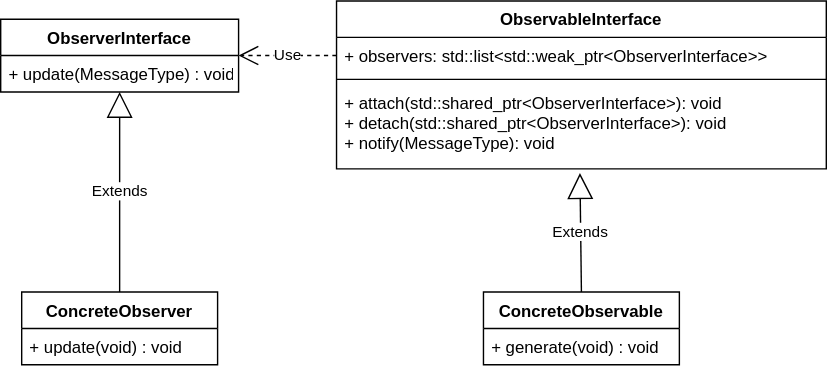
This is image/05_Entwurfsmuster/ObserverPattern2.drawio.svg from TUBAF-IfI-LiaScript/VL_SoftwareprojektRobotik, a draw.io export, as it was before one commit. Source tidied: cells renumbered, new cells last; positions are measured from the earlier drawing's top-left corner, leaving out a move shared by most shapes. The source it was exported from:
```xml
<mxGraphModel>
  <root>
    <mxCell id="0" />
    <mxCell id="1" parent="0" />
    <mxCell id="2" value="ObservableInterface" style="swimlane;fontStyle=1;align=center;verticalAlign=top;horizontal=1;startSize=26;" parent="1" vertex="1">
      <mxGeometry x="240" width="350" height="120" as="geometry" />
    </mxCell>
    <mxCell id="3" value="+ observers: std::list&lt;std::weak_ptr&lt;ObserverInterface&gt;&gt;" style="text;strokeColor=none;fillColor=none;align=left;verticalAlign=top;spacingLeft=4;spacingRight=4;overflow=hidden;points=[[0,0.5],[1,0.5]];portConstraint=eastwest;" parent="2" vertex="1">
      <mxGeometry y="26" width="350" height="26" as="geometry" />
    </mxCell>
    <mxCell id="4" style="line;strokeWidth=1;fillColor=none;align=left;verticalAlign=middle;spacingTop=-1;spacingLeft=3;spacingRight=3;labelPosition=right;strokeColor=inherit;" parent="2" vertex="1">
      <mxGeometry y="52" width="350" height="8" as="geometry" />
    </mxCell>
    <mxCell id="5" value="+ attach(std::shared_ptr&lt;ObserverInterface&gt;): void&#10;+ detach(std::shared_ptr&lt;ObserverInterface&gt;): void&#10;+ notify(MessageType): void" style="text;strokeColor=none;fillColor=none;align=left;verticalAlign=top;spacingLeft=4;spacingRight=4;overflow=hidden;points=[[0,0.5],[1,0.5]];portConstraint=eastwest;" parent="2" vertex="1">
      <mxGeometry y="60" width="350" height="60" as="geometry" />
    </mxCell>
    <mxCell id="6" value="ObserverInterface" style="swimlane;fontStyle=1;horizontal=1;startSize=26;fillColor=none;" parent="1" vertex="1">
      <mxGeometry y="13" width="170" height="52" as="geometry" />
    </mxCell>
    <mxCell id="7" value="+ update(MessageType) : void" style="text;strokeColor=none;fillColor=none;align=left;verticalAlign=top;spacingLeft=4;spacingRight=4;overflow=hidden;" parent="6" vertex="1">
      <mxGeometry y="26" width="170" height="26" as="geometry" />
    </mxCell>
    <mxCell id="8" value="ConcreteObservable" style="swimlane;fontStyle=1;horizontal=1;startSize=26;fillColor=none;" parent="1" vertex="1">
      <mxGeometry x="345" y="208" width="140" height="52" as="geometry" />
    </mxCell>
    <mxCell id="9" value="+ generate(void) : void" style="text;strokeColor=none;fillColor=none;align=left;verticalAlign=top;spacingLeft=4;spacingRight=4;overflow=hidden;" parent="8" vertex="1">
      <mxGeometry y="26" width="140" height="26" as="geometry" />
    </mxCell>
    <mxCell id="10" value="ConcreteObserver" style="swimlane;fontStyle=1;horizontal=1;startSize=26;fillColor=none;" parent="1" vertex="1">
      <mxGeometry x="15" y="208" width="140" height="52" as="geometry" />
    </mxCell>
    <mxCell id="11" value="+ update(void) : void" style="text;strokeColor=none;fillColor=none;align=left;verticalAlign=top;spacingLeft=4;spacingRight=4;overflow=hidden;" parent="10" vertex="1">
      <mxGeometry y="26" width="140" height="26" as="geometry" />
    </mxCell>
    <mxCell id="12" value="Extends" style="endArrow=block;endSize=16;endFill=0;html=1;rounded=0;exitX=0.5;exitY=0;exitDx=0;exitDy=0;entryX=0.497;entryY=1.05;entryDx=0;entryDy=0;entryPerimeter=0;" parent="1" edge="1" source="8" target="5">
      <mxGeometry relative="1" as="geometry" />
    </mxCell>
    <mxCell id="13" value="Extends" style="endArrow=block;endSize=16;endFill=0;html=1;rounded=0;exitX=0.5;exitY=0;exitDx=0;exitDy=0;entryX=0.5;entryY=1;entryDx=0;entryDy=0;" parent="1" edge="1" source="10" target="6">
      <mxGeometry relative="1" as="geometry" />
    </mxCell>
    <mxCell id="14" value="Use" style="endArrow=open;endSize=12;dashed=1;html=1;rounded=0;entryX=1;entryY=0.5;entryDx=0;entryDy=0;exitX=0;exitY=0.5;exitDx=0;exitDy=0;" parent="1" edge="1" source="3" target="6">
      <mxGeometry relative="1" as="geometry" />
    </mxCell>
  </root>
</mxGraphModel>
```
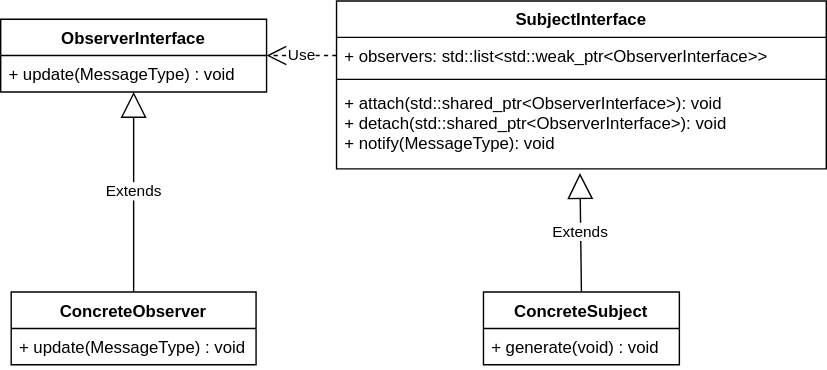
Above is the later version.

What changed in the source:
```diff
@@ -2,7 +2,7 @@
   <root>
     <mxCell id="0" />
     <mxCell id="1" parent="0" />
-    <mxCell id="2" value="ObservableInterface" style="swimlane;fontStyle=1;align=center;verticalAlign=top;horizontal=1;startSize=26;" parent="1" vertex="1">
+    <mxCell id="2" value="SubjectInterface" style="swimlane;fontStyle=1;align=center;verticalAlign=top;horizontal=1;startSize=26;" parent="1" vertex="1">
       <mxGeometry x="240" width="350" height="120" as="geometry" />
     </mxCell>
     <mxCell id="3" value="+ observers: std::list&lt;std::weak_ptr&lt;ObserverInterface&gt;&gt;" style="text;strokeColor=none;fillColor=none;align=left;verticalAlign=top;spacingLeft=4;spacingRight=4;overflow=hidden;points=[[0,0.5],[1,0.5]];portConstraint=eastwest;" parent="2" vertex="1">
@@ -15,22 +15,22 @@
       <mxGeometry y="60" width="350" height="60" as="geometry" />
     </mxCell>
     <mxCell id="6" value="ObserverInterface" style="swimlane;fontStyle=1;horizontal=1;startSize=26;fillColor=none;" parent="1" vertex="1">
-      <mxGeometry y="13" width="170" height="52" as="geometry" />
+      <mxGeometry y="13" width="190" height="52" as="geometry" />
     </mxCell>
     <mxCell id="7" value="+ update(MessageType) : void" style="text;strokeColor=none;fillColor=none;align=left;verticalAlign=top;spacingLeft=4;spacingRight=4;overflow=hidden;" parent="6" vertex="1">
-      <mxGeometry y="26" width="170" height="26" as="geometry" />
+      <mxGeometry y="26" width="190" height="26" as="geometry" />
     </mxCell>
-    <mxCell id="8" value="ConcreteObservable" style="swimlane;fontStyle=1;horizontal=1;startSize=26;fillColor=none;" parent="1" vertex="1">
+    <mxCell id="8" value="ConcreteSubject" style="swimlane;fontStyle=1;horizontal=1;startSize=26;fillColor=none;" parent="1" vertex="1">
       <mxGeometry x="345" y="208" width="140" height="52" as="geometry" />
     </mxCell>
     <mxCell id="9" value="+ generate(void) : void" style="text;strokeColor=none;fillColor=none;align=left;verticalAlign=top;spacingLeft=4;spacingRight=4;overflow=hidden;" parent="8" vertex="1">
       <mxGeometry y="26" width="140" height="26" as="geometry" />
     </mxCell>
     <mxCell id="10" value="ConcreteObserver" style="swimlane;fontStyle=1;horizontal=1;startSize=26;fillColor=none;" parent="1" vertex="1">
-      <mxGeometry x="15" y="208" width="140" height="52" as="geometry" />
+      <mxGeometry x="7.5" y="208" width="175" height="52" as="geometry" />
     </mxCell>
-    <mxCell id="11" value="+ update(void) : void" style="text;strokeColor=none;fillColor=none;align=left;verticalAlign=top;spacingLeft=4;spacingRight=4;overflow=hidden;" parent="10" vertex="1">
-      <mxGeometry y="26" width="140" height="26" as="geometry" />
+    <mxCell id="11" value="+ update(MessageType) : void" style="text;strokeColor=none;fillColor=none;align=left;verticalAlign=top;spacingLeft=4;spacingRight=4;overflow=hidden;" parent="10" vertex="1">
+      <mxGeometry y="26" width="175" height="26" as="geometry" />
     </mxCell>
     <mxCell id="12" value="Extends" style="endArrow=block;endSize=16;endFill=0;html=1;rounded=0;exitX=0.5;exitY=0;exitDx=0;exitDy=0;entryX=0.497;entryY=1.05;entryDx=0;entryDy=0;entryPerimeter=0;" parent="1" edge="1" source="8" target="5">
       <mxGeometry relative="1" as="geometry" />
```
